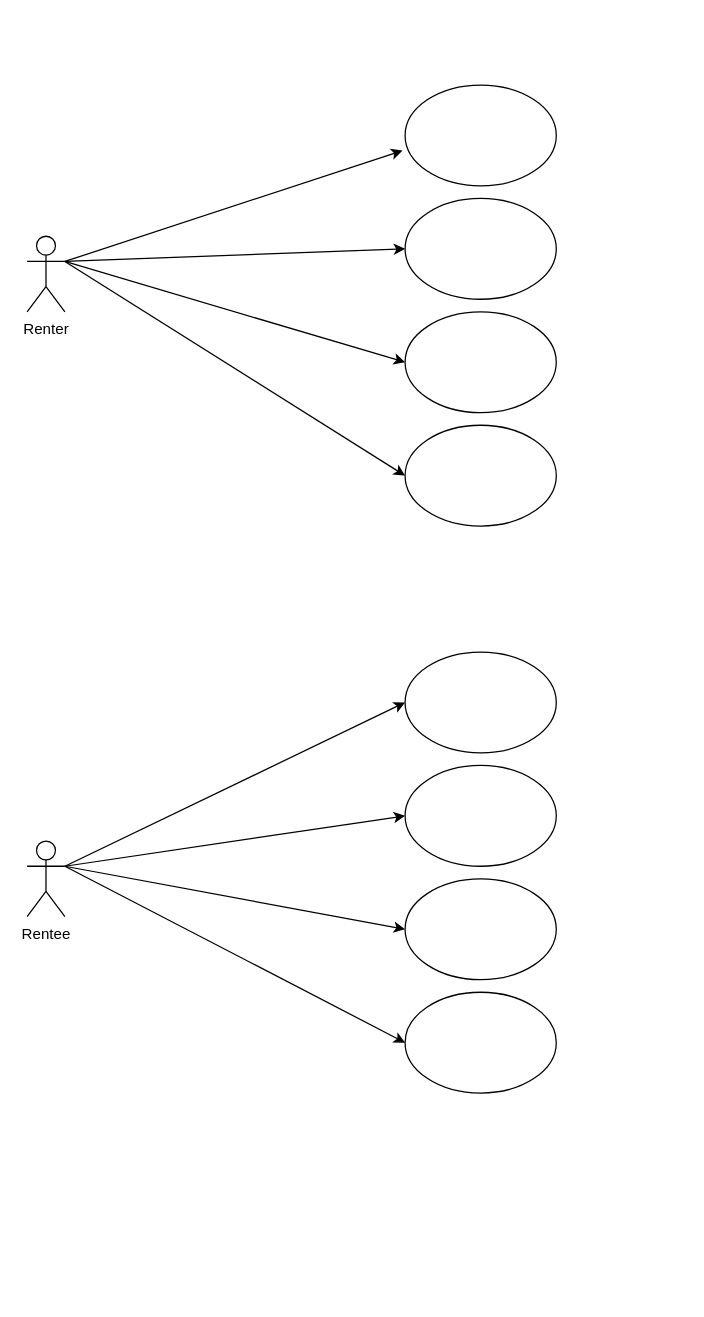
This is D2_Use_Case_Diagram.drawio from cmchone5155/On-Demand-Car, a draw.io file, before an edit. Source tidied: cells renumbered, new cells numbered last; positions are measured from the earlier drawing's top-left corner, leaving out a move shared by most shapes. Both pictures are drawn from the tidied source at 126%, with x=0, y=0 at pixel (26, 84).
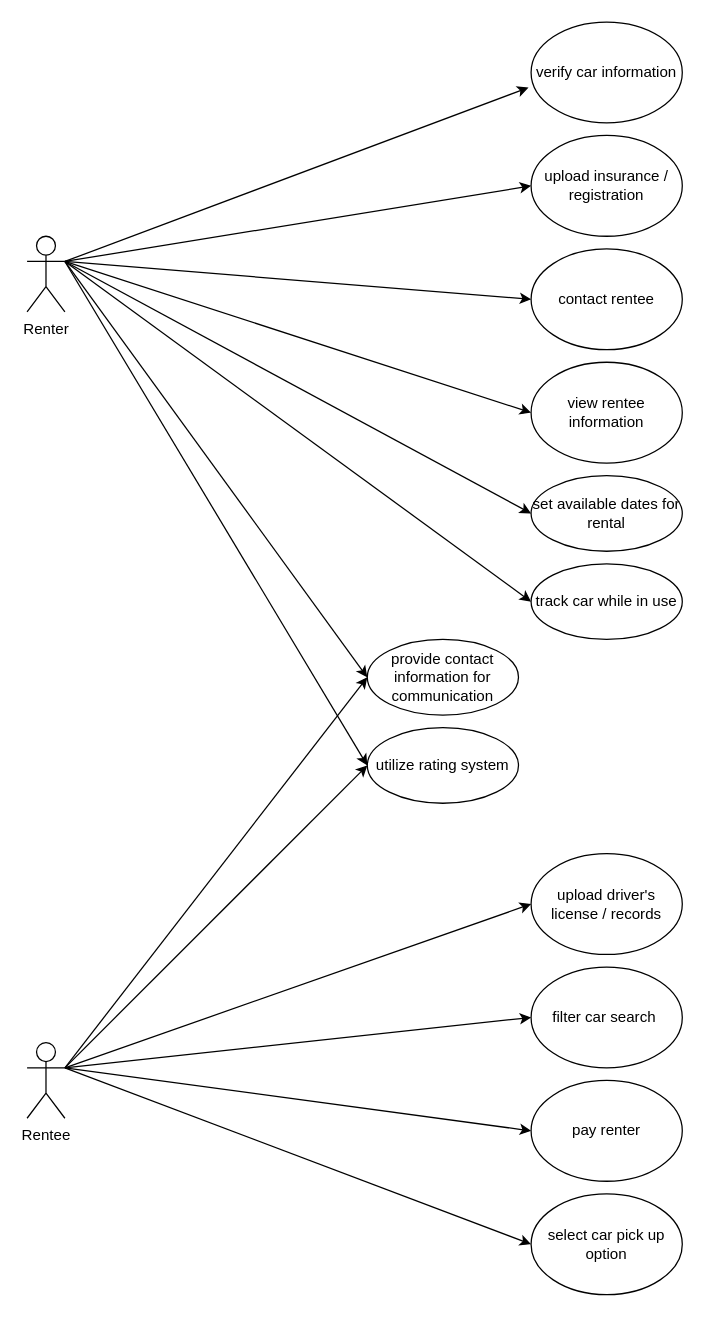
The same diagram, later.

Unchanged cells that the change refers to:
```xml
<mxCell id="2" value="Renter" style="shape=umlActor;verticalLabelPosition=bottom;verticalAlign=top;html=1;outlineConnect=0;" parent="1" vertex="1">
  <mxGeometry y="120" width="30" height="60" as="geometry" />
</mxCell>
```

Change to the diagram source:
```diff
@@
     <mxCell id="3" value="Rentee" style="shape=umlActor;verticalLabelPosition=bottom;verticalAlign=top;html=1;outlineConnect=0;" parent="1" vertex="1">
-      <mxGeometry y="600" width="30" height="60" as="geometry" />
+      <mxGeometry y="760" width="30" height="60" as="geometry" />
     </mxCell>
-    <mxCell id="4" style="ellipse;whiteSpace=wrap;html=1;" parent="1" vertex="1">
-      <mxGeometry x="300" width="120" height="80" as="geometry" />
+    <mxCell id="4" value="verify car information" style="ellipse;whiteSpace=wrap;html=1;" parent="1" vertex="1">
+      <mxGeometry x="400" y="-50" width="120" height="80" as="geometry" />
     </mxCell>
-    <mxCell id="5" style="ellipse;whiteSpace=wrap;html=1;" parent="1" vertex="1">
-      <mxGeometry x="300" y="90" width="120" height="80" as="geometry" />
+    <mxCell id="5" value="upload insurance / registration" style="ellipse;whiteSpace=wrap;html=1;" parent="1" vertex="1">
+      <mxGeometry x="400" y="40" width="120" height="80" as="geometry" />
     </mxCell>
-    <mxCell id="6" style="ellipse;whiteSpace=wrap;html=1;" parent="1" vertex="1">
-      <mxGeometry x="300" y="180" width="120" height="80" as="geometry" />
+    <mxCell id="6" value="contact rentee" style="ellipse;whiteSpace=wrap;html=1;" parent="1" vertex="1">
+      <mxGeometry x="400" y="130" width="120" height="80" as="geometry" />
     </mxCell>
-    <mxCell id="7" style="edgeStyle=orthogonalEdgeStyle;rounded=0;jettySize=auto;html=1;exitX=0.5;exitY=0;exitDx=0;exitDy=0;" parent="1" edge="1" source="8">
-      <mxGeometry relative="1" as="geometry">
-        <mxPoint x="360" y="280" as="targetPoint" />
-      </mxGeometry>
-    </mxCell>
-    <mxCell id="8" style="ellipse;whiteSpace=wrap;html=1;" parent="1" vertex="1">
-      <mxGeometry x="300" y="270" width="120" height="80" as="geometry" />
+    <mxCell id="8" value="view rentee information" style="ellipse;whiteSpace=wrap;html=1;" parent="1" vertex="1">
+      <mxGeometry x="400" y="220" width="120" height="80" as="geometry" />
     </mxCell>
-    <mxCell id="9" style="ellipse;whiteSpace=wrap;html=1;" parent="1" vertex="1">
-      <mxGeometry x="300" y="450" width="120" height="80" as="geometry" />
+    <mxCell id="9" value="upload driver's license / records" style="ellipse;whiteSpace=wrap;html=1;" parent="1" vertex="1">
+      <mxGeometry x="400" y="610" width="120" height="80" as="geometry" />
     </mxCell>
-    <mxCell id="10" style="ellipse;whiteSpace=wrap;html=1;" parent="1" vertex="1">
-      <mxGeometry x="300" y="540" width="120" height="80" as="geometry" />
+    <mxCell id="10" value="filter car search&amp;nbsp;" style="ellipse;whiteSpace=wrap;html=1;" parent="1" vertex="1">
+      <mxGeometry x="400" y="700" width="120" height="80" as="geometry" />
     </mxCell>
-    <mxCell id="11" style="ellipse;whiteSpace=wrap;html=1;" parent="1" vertex="1">
-      <mxGeometry x="300" y="630" width="120" height="80" as="geometry" />
+    <mxCell id="11" value="pay renter" style="ellipse;whiteSpace=wrap;html=1;" parent="1" vertex="1">
+      <mxGeometry x="400" y="790" width="120" height="80" as="geometry" />
     </mxCell>
-    <mxCell id="12" style="ellipse;whiteSpace=wrap;html=1;" parent="1" vertex="1">
-      <mxGeometry x="300" y="720" width="120" height="80" as="geometry" />
+    <mxCell id="12" value="select car pick up option" style="ellipse;whiteSpace=wrap;html=1;" parent="1" vertex="1">
+      <mxGeometry x="400" y="880" width="120" height="80" as="geometry" />
     </mxCell>
@@
-    <mxCell id="18" style="endArrow=classic;html=1;entryX=0;entryY=0.5;entryDx=0;entryDy=0;" parent="1" edge="1" target="10">
-      <mxGeometry relative="1" as="geometry">
-        <mxPoint x="30" y="620" as="sourcePoint" />
-      </mxGeometry>
+    <mxCell id="18" style="endArrow=classic;html=1;entryX=0;entryY=0.5;entryDx=0;entryDy=0;exitX=1;exitY=0.3333333333333333;exitDx=0;exitDy=0;exitPerimeter=0;" parent="1" edge="1" source="3" target="10">
+      <mxGeometry relative="1" as="geometry" />
     </mxCell>
@@
+    <mxCell id="21" value="set available dates for rental" style="ellipse;whiteSpace=wrap;html=1;" parent="1" vertex="1">
+      <mxGeometry x="400" y="310" width="120" height="60" as="geometry" />
+    </mxCell>
+    <mxCell id="22" style="endArrow=classic;html=1;entryX=0;entryY=0.5;entryDx=0;entryDy=0;exitX=1;exitY=0.3333333333333333;exitDx=0;exitDy=0;exitPerimeter=0;" parent="1" edge="1" source="2" target="21">
+      <mxGeometry relative="1" as="geometry" />
+    </mxCell>
+    <mxCell id="23" value="utilize rating system" style="ellipse;whiteSpace=wrap;html=1;" parent="1" vertex="1">
+      <mxGeometry x="270" y="510" width="120" height="60" as="geometry" />
+    </mxCell>
+    <mxCell id="24" style="endArrow=classic;html=1;exitX=1;exitY=0.3333333333333333;exitDx=0;exitDy=0;exitPerimeter=0;entryX=0;entryY=0.5;entryDx=0;entryDy=0;" parent="1" edge="1" source="2" target="23">
+      <mxGeometry relative="1" as="geometry" />
+    </mxCell>
+    <mxCell id="25" style="endArrow=classic;html=1;exitX=1;exitY=0.3333333333333333;exitDx=0;exitDy=0;exitPerimeter=0;entryX=0;entryY=0.5;entryDx=0;entryDy=0;" parent="1" edge="1" source="3" target="23">
+      <mxGeometry relative="1" as="geometry" />
+    </mxCell>
+    <mxCell id="26" value="provide contact information for communication" style="ellipse;whiteSpace=wrap;html=1;" parent="1" vertex="1">
+      <mxGeometry x="270" y="440" width="120" height="60" as="geometry" />
+    </mxCell>
+    <mxCell id="27" style="endArrow=classic;html=1;exitX=1;exitY=0.3333333333333333;exitDx=0;exitDy=0;exitPerimeter=0;entryX=0;entryY=0.5;entryDx=0;entryDy=0;" parent="1" edge="1" source="2" target="26">
+      <mxGeometry relative="1" as="geometry" />
+    </mxCell>
+    <mxCell id="28" style="endArrow=classic;html=1;exitX=1;exitY=0.3333333333333333;exitDx=0;exitDy=0;exitPerimeter=0;entryX=0;entryY=0.5;entryDx=0;entryDy=0;" parent="1" edge="1" source="3" target="26">
+      <mxGeometry relative="1" as="geometry" />
+    </mxCell>
+    <mxCell id="29" value="track car while in use" style="ellipse;whiteSpace=wrap;html=1;" parent="1" vertex="1">
+      <mxGeometry x="400" y="380" width="120" height="60" as="geometry" />
+    </mxCell>
+    <mxCell id="30" style="endArrow=classic;html=1;exitX=1;exitY=0.3333333333333333;exitDx=0;exitDy=0;exitPerimeter=0;entryX=0;entryY=0.5;entryDx=0;entryDy=0;" parent="1" edge="1" source="2" target="29">
+      <mxGeometry relative="1" as="geometry" />
+    </mxCell>
```
